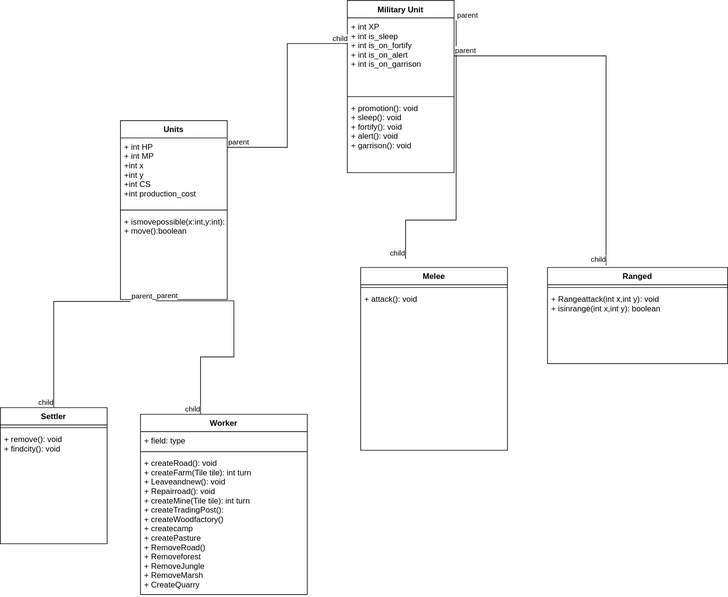
Before: Units.drawio.svg, a diagram exported from draw.io (AdvancedProgrammingSUT2022/project-group-21). Source tidied: cells renumbered, new cells last; positions are measured from the earlier drawing's top-left corner, leaving out a move shared by most shapes.
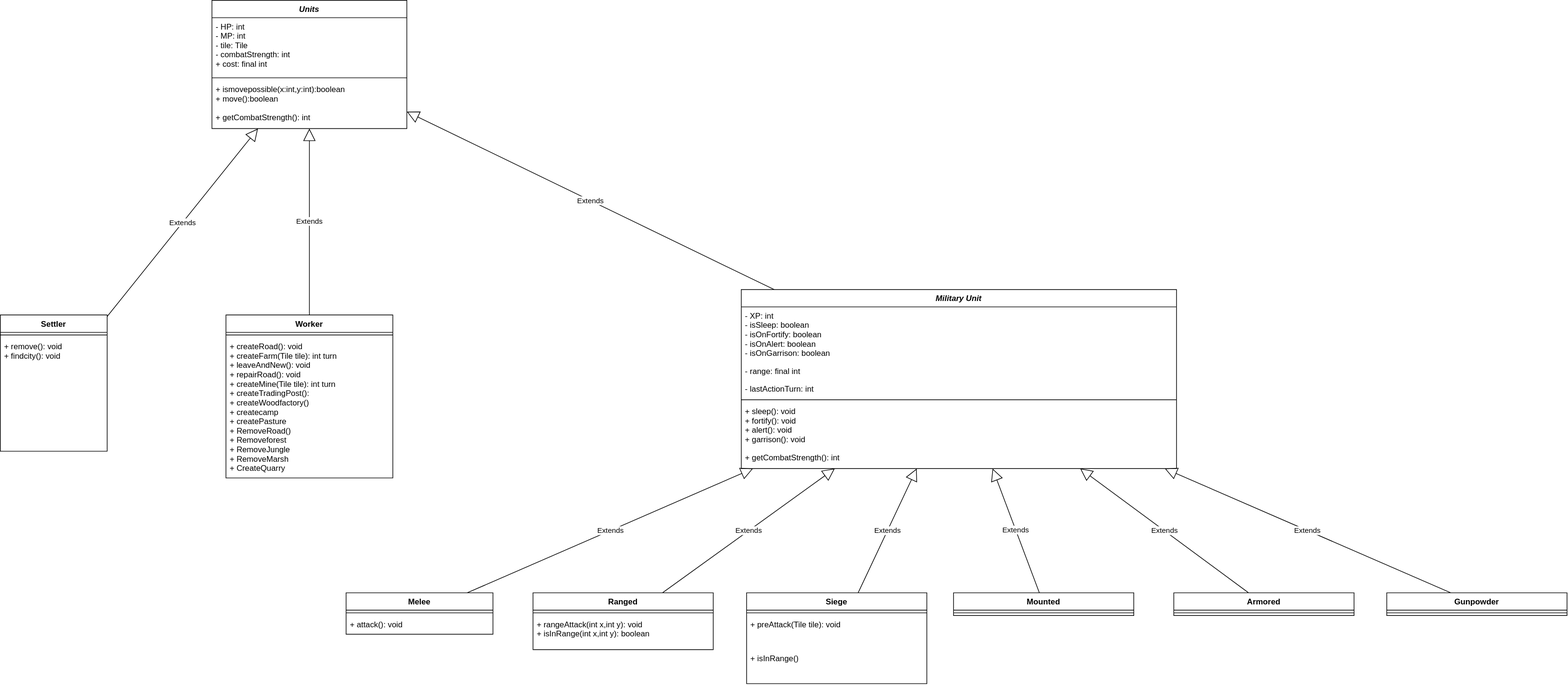
The same diagram one commit later.

The edit, as a diff of the source:
```diff
@@ -2,99 +2,62 @@
   <root>
     <mxCell id="0" />
     <mxCell id="1" parent="0" />
-    <mxCell id="2" value="Units" style="swimlane;fontStyle=1;align=center;verticalAlign=top;horizontal=1;startSize=26;" parent="1" vertex="1">
-      <mxGeometry x="180" y="180" width="160" height="268" as="geometry" />
+    <mxCell id="2" value="Units" style="swimlane;fontStyle=3;align=center;verticalAlign=top;horizontal=1;startSize=26;" parent="1" vertex="1">
+      <mxGeometry x="-145" y="-37" width="292" height="192" as="geometry" />
     </mxCell>
-    <mxCell id="3" value="+ int HP&#10;+ int MP&#10;+int x&#10;+int y&#10;+int CS&#10;+int production_cost" style="text;strokeColor=none;fillColor=none;align=left;verticalAlign=top;spacingLeft=4;spacingRight=4;overflow=hidden;" parent="2" vertex="1">
-      <mxGeometry y="26" width="160" height="104" as="geometry" />
+    <mxCell id="3" value="- HP: int&#10;- MP: int&#10;- tile: Tile&#10;- combatStrength: int&#10;+ cost: final int" style="text;strokeColor=none;fillColor=none;align=left;verticalAlign=top;spacingLeft=4;spacingRight=4;overflow=hidden;" parent="2" vertex="1">
+      <mxGeometry y="26" width="292" height="86" as="geometry" />
     </mxCell>
     <mxCell id="4" style="line;strokeWidth=1;fillColor=none;align=left;verticalAlign=middle;spacingTop=-1;spacingLeft=3;spacingRight=3;labelPosition=right;" parent="2" vertex="1">
-      <mxGeometry y="130" width="160" height="8" as="geometry" />
+      <mxGeometry y="112" width="292" height="8" as="geometry" />
     </mxCell>
     <mxCell id="5" value="+ ismovepossible(x:int,y:int):boolean&#10;+ move():boolean" style="text;strokeColor=none;fillColor=none;align=left;verticalAlign=top;spacingLeft=4;spacingRight=4;overflow=hidden;points=[[0,0.5],[1,0.5]];portConstraint=eastwest;" parent="2" vertex="1">
-      <mxGeometry y="138" width="160" height="130" as="geometry" />
+      <mxGeometry y="120" width="292" height="42" as="geometry" />
     </mxCell>
+    <mxCell id="38" value="+ getCombatStrength(): int" style="text;strokeColor=none;fillColor=none;align=left;verticalAlign=top;spacingLeft=4;spacingRight=4;overflow=hidden;" parent="2" vertex="1">
+      <mxGeometry y="162" width="292" height="30" as="geometry" />
+    </mxCell>
-    <mxCell id="6" value="Military Unit" style="swimlane;fontStyle=1;align=center;verticalAlign=top;horizontal=1;startSize=26;" parent="1" vertex="1">
-      <mxGeometry x="520" width="160" height="258" as="geometry" />
+    <mxCell id="6" value="Military Unit" style="swimlane;fontStyle=3;align=center;verticalAlign=top;horizontal=1;startSize=26;" parent="1" vertex="1">
+      <mxGeometry x="648" y="396" width="652" height="268" as="geometry" />
     </mxCell>
-    <mxCell id="7" value="+ int XP&#10;+ int is_sleep&#10;+ int is_on_fortify&#10;+ int is_on_alert&#10;+ int is_on_garrison" style="text;strokeColor=none;fillColor=none;align=left;verticalAlign=top;spacingLeft=4;spacingRight=4;overflow=hidden;points=[[0,0.5],[1,0.5]];portConstraint=eastwest;" parent="6" vertex="1">
-      <mxGeometry y="26" width="160" height="114" as="geometry" />
+    <mxCell id="7" value="- XP: int&#10;- isSleep: boolean&#10;- isOnFortify: boolean&#10;- isOnAlert: boolean&#10;- isOnGarrison: boolean" style="text;strokeColor=none;fillColor=none;align=left;verticalAlign=top;spacingLeft=4;spacingRight=4;overflow=hidden;points=[[0,0.5],[1,0.5]];portConstraint=eastwest;" parent="6" vertex="1">
+      <mxGeometry y="26" width="652" height="83" as="geometry" />
     </mxCell>
+    <mxCell id="39" value="- range: final int" style="text;strokeColor=none;fillColor=none;align=left;verticalAlign=top;spacingLeft=4;spacingRight=4;overflow=hidden;" parent="6" vertex="1">
+      <mxGeometry y="109" width="652" height="26" as="geometry" />
+    </mxCell>
+    <mxCell id="40" value="- lastActionTurn: int" style="text;strokeColor=none;fillColor=none;align=left;verticalAlign=top;spacingLeft=4;spacingRight=4;overflow=hidden;" parent="6" vertex="1">
+      <mxGeometry y="135" width="652" height="26" as="geometry" />
+    </mxCell>
     <mxCell id="8" style="line;strokeWidth=1;fillColor=none;align=left;verticalAlign=middle;spacingTop=-1;spacingLeft=3;spacingRight=3;labelPosition=right;" parent="6" vertex="1">
-      <mxGeometry y="140" width="160" height="8" as="geometry" />
+      <mxGeometry y="161" width="652" height="8" as="geometry" />
     </mxCell>
-    <mxCell id="9" value="+ promotion(): void&#10;+ sleep(): void&#10;+ fortify(): void&#10;+ alert(): void&#10;+ garrison(): void" style="text;strokeColor=none;fillColor=none;align=left;verticalAlign=top;spacingLeft=4;spacingRight=4;overflow=hidden;" parent="6" vertex="1">
-      <mxGeometry y="148" width="160" height="110" as="geometry" />
+    <mxCell id="9" value="+ sleep(): void&#10;+ fortify(): void&#10;+ alert(): void&#10;+ garrison(): void" style="text;align=left;verticalAlign=top;spacingLeft=4;spacingRight=4;overflow=hidden;" parent="6" vertex="1">
+      <mxGeometry y="169" width="652" height="69" as="geometry" />
     </mxCell>
-    <mxCell id="10" style="endArrow=none;html=1;edgeStyle=orthogonalEdgeStyle;rounded=0;entryX=0;entryY=0.25;entryDx=0;entryDy=0;" parent="1" edge="1" target="6">
-      <mxGeometry relative="1" as="geometry">
-        <mxPoint x="340" y="220" as="sourcePoint" />
-      </mxGeometry>
-    </mxCell>
-    <mxCell id="11" value="parent" style="edgeLabel;html=1;align=left;verticalAlign=bottom;" parent="10" vertex="1">
-      <mxGeometry x="-1" relative="1" as="geometry" />
-    </mxCell>
-    <mxCell id="12" value="child" style="edgeLabel;html=1;align=right;verticalAlign=bottom;" parent="10" vertex="1">
-      <mxGeometry x="1" relative="1" as="geometry" />
-    </mxCell>
+    <mxCell id="41" value="+ getCombatStrength(): int" style="text;strokeColor=none;fillColor=none;align=left;verticalAlign=top;spacingLeft=4;spacingRight=4;overflow=hidden;" parent="6" vertex="1">
+      <mxGeometry y="238" width="652" height="30" as="geometry" />
+    </mxCell>
     <mxCell id="13" value="Melee" style="swimlane;fontStyle=1;align=center;verticalAlign=top;horizontal=1;startSize=26;" parent="1" vertex="1">
-      <mxGeometry x="540" y="400" width="220" height="274" as="geometry" />
+      <mxGeometry x="56" y="850" width="220" height="62" as="geometry" />
     </mxCell>
     <mxCell id="14" style="line;strokeWidth=1;fillColor=none;align=left;verticalAlign=middle;spacingTop=-1;spacingLeft=3;spacingRight=3;labelPosition=right;" parent="13" vertex="1">
       <mxGeometry y="26" width="220" height="8" as="geometry" />
     </mxCell>
     <mxCell id="15" value="+ attack(): void" style="text;strokeColor=none;fillColor=none;align=left;verticalAlign=top;spacingLeft=4;spacingRight=4;overflow=hidden;" parent="13" vertex="1">
-      <mxGeometry y="34" width="220" height="240" as="geometry" />
+      <mxGeometry y="34" width="220" height="28" as="geometry" />
     </mxCell>
-    <mxCell id="16" style="endArrow=none;html=1;edgeStyle=orthogonalEdgeStyle;rounded=0;entryX=0.306;entryY=-0.047;entryDx=0;entryDy=0;entryPerimeter=0;exitX=1.019;exitY=0.116;exitDx=0;exitDy=0;exitPerimeter=0;" parent="1" edge="1" source="6" target="13">
-      <mxGeometry relative="1" as="geometry" />
-    </mxCell>
-    <mxCell id="17" value="parent" style="edgeLabel;html=1;align=left;verticalAlign=bottom;" parent="16" vertex="1">
-      <mxGeometry x="-1" relative="1" as="geometry" />
-    </mxCell>
-    <mxCell id="18" value="child" style="edgeLabel;html=1;align=right;verticalAlign=bottom;" parent="16" vertex="1">
-      <mxGeometry x="1" relative="1" as="geometry" />
-    </mxCell>
     <mxCell id="19" value="Ranged" style="swimlane;fontStyle=1;align=center;verticalAlign=top;horizontal=1;startSize=26;" parent="1" vertex="1">
-      <mxGeometry x="820" y="400" width="270" height="144" as="geometry" />
+      <mxGeometry x="336" y="850" width="270" height="85" as="geometry" />
     </mxCell>
     <mxCell id="20" style="line;strokeWidth=1;fillColor=none;align=left;verticalAlign=middle;spacingTop=-1;spacingLeft=3;spacingRight=3;labelPosition=right;" parent="19" vertex="1">
       <mxGeometry y="26" width="270" height="8" as="geometry" />
     </mxCell>
-    <mxCell id="21" value="+ Rangeattack(int x,int y): void&#10;+ isinrange(int x,int y): boolean" style="text;strokeColor=none;fillColor=none;align=left;verticalAlign=top;spacingLeft=4;spacingRight=4;overflow=hidden;" parent="19" vertex="1">
-      <mxGeometry y="34" width="270" height="110" as="geometry" />
+    <mxCell id="21" value="+ rangeAttack(int x,int y): void&#10;+ isInRange(int x,int y): boolean" style="text;strokeColor=none;fillColor=none;align=left;verticalAlign=top;spacingLeft=4;spacingRight=4;overflow=hidden;" parent="19" vertex="1">
+      <mxGeometry y="34" width="270" height="51" as="geometry" />
     </mxCell>
-    <mxCell id="22" style="endArrow=none;html=1;edgeStyle=orthogonalEdgeStyle;rounded=0;entryX=0.325;entryY=-0.023;entryDx=0;entryDy=0;entryPerimeter=0;exitX=1;exitY=0.5;exitDx=0;exitDy=0;" parent="1" edge="1" source="7" target="19">
-      <mxGeometry relative="1" as="geometry" />
-    </mxCell>
-    <mxCell id="23" value="parent" style="edgeLabel;html=1;align=left;verticalAlign=bottom;" parent="22" vertex="1">
-      <mxGeometry x="-1" relative="1" as="geometry" />
-    </mxCell>
-    <mxCell id="24" value="child" style="edgeLabel;html=1;align=right;verticalAlign=bottom;" parent="22" vertex="1">
-      <mxGeometry x="1" relative="1" as="geometry" />
-    </mxCell>
-    <mxCell id="25" style="endArrow=none;html=1;edgeStyle=orthogonalEdgeStyle;rounded=0;exitX=0.331;exitY=1.015;exitDx=0;exitDy=0;exitPerimeter=0;" parent="1" edge="1" source="5">
-      <mxGeometry relative="1" as="geometry">
-        <mxPoint x="300" y="620" as="targetPoint" />
-      </mxGeometry>
-    </mxCell>
-    <mxCell id="26" value="parent" style="edgeLabel;html=1;align=left;verticalAlign=bottom;" parent="25" vertex="1">
-      <mxGeometry x="-1" relative="1" as="geometry" />
-    </mxCell>
-    <mxCell id="27" value="child" style="edgeLabel;html=1;align=right;verticalAlign=bottom;" parent="25" vertex="1">
-      <mxGeometry x="1" relative="1" as="geometry" />
-    </mxCell>
-    <mxCell id="28" style="endArrow=none;html=1;edgeStyle=orthogonalEdgeStyle;rounded=0;exitX=0.094;exitY=1.023;exitDx=0;exitDy=0;exitPerimeter=0;" parent="1" edge="1" source="5" target="31">
-      <mxGeometry relative="1" as="geometry" />
-    </mxCell>
-    <mxCell id="29" value="parent" style="edgeLabel;html=1;align=left;verticalAlign=bottom;" parent="28" vertex="1">
-      <mxGeometry x="-1" relative="1" as="geometry" />
-    </mxCell>
-    <mxCell id="30" value="child" style="edgeLabel;html=1;align=right;verticalAlign=bottom;" parent="28" vertex="1">
-      <mxGeometry x="1" relative="1" as="geometry" />
-    </mxCell>
     <mxCell id="31" value="Settler" style="swimlane;fontStyle=1;align=center;verticalAlign=top;horizontal=1;startSize=26;" parent="1" vertex="1">
-      <mxGeometry y="610" width="160" height="204" as="geometry" />
+      <mxGeometry x="-462" y="434" width="160" height="204" as="geometry" />
     </mxCell>
     <mxCell id="32" style="line;strokeWidth=1;fillColor=none;align=left;verticalAlign=middle;spacingTop=-1;spacingLeft=3;spacingRight=3;labelPosition=right;" parent="31" vertex="1">
       <mxGeometry y="26" width="160" height="8" as="geometry" />
@@ -103,16 +66,70 @@
       <mxGeometry y="34" width="160" height="170" as="geometry" />
     </mxCell>
     <mxCell id="34" value="Worker" style="swimlane;fontStyle=1;align=center;verticalAlign=top;horizontal=1;startSize=26;" parent="1" vertex="1">
-      <mxGeometry x="210" y="620" width="250" height="270" as="geometry" />
+      <mxGeometry x="-124" y="434" width="250" height="244" as="geometry" />
     </mxCell>
-    <mxCell id="35" value="+ field: type" style="text;strokeColor=none;fillColor=none;align=left;verticalAlign=top;spacingLeft=4;spacingRight=4;overflow=hidden;" parent="34" vertex="1">
-      <mxGeometry y="26" width="250" height="26" as="geometry" />
-    </mxCell>
     <mxCell id="36" style="line;strokeWidth=1;fillColor=none;align=left;verticalAlign=middle;spacingTop=-1;spacingLeft=3;spacingRight=3;labelPosition=right;" parent="34" vertex="1">
-      <mxGeometry y="52" width="250" height="8" as="geometry" />
+      <mxGeometry y="26" width="250" height="8" as="geometry" />
     </mxCell>
-    <mxCell id="37" value="+ createRoad(): void&#10;+ createFarm(Tile tile): int turn&#10;+ Leaveandnew(): void&#10;+ Repairroad(): void&#10;+ createMine(Tile tile): int turn&#10;+ createTradingPost():&#10;+ createWoodfactory()&#10;+ createcamp&#10;+ createPasture&#10;+ RemoveRoad()&#10;+ Removeforest&#10;+ RemoveJungle&#10;+ RemoveMarsh&#10;+ CreateQuarry" style="text;strokeColor=none;fillColor=none;align=left;verticalAlign=top;spacingLeft=4;spacingRight=4;overflow=hidden;" parent="34" vertex="1">
-      <mxGeometry y="60" width="250" height="210" as="geometry" />
+    <mxCell id="37" value="+ createRoad(): void&#10;+ createFarm(Tile tile): int turn&#10;+ leaveAndNew(): void&#10;+ repairRoad(): void&#10;+ createMine(Tile tile): int turn&#10;+ createTradingPost():&#10;+ createWoodfactory()&#10;+ createcamp&#10;+ createPasture&#10;+ RemoveRoad()&#10;+ Removeforest&#10;+ RemoveJungle&#10;+ RemoveMarsh&#10;+ CreateQuarry" style="text;strokeColor=none;fillColor=none;align=left;verticalAlign=top;spacingLeft=4;spacingRight=4;overflow=hidden;" parent="34" vertex="1">
+      <mxGeometry y="34" width="250" height="210" as="geometry" />
     </mxCell>
+    <mxCell id="42" value="Extends" style="endArrow=block;endSize=16;endFill=0;html=1;" parent="1" edge="1" source="31" target="2">
+      <mxGeometry relative="1" as="geometry" />
+    </mxCell>
+    <mxCell id="43" value="Extends" style="endArrow=block;endSize=16;endFill=0;html=1;" parent="1" edge="1" source="34" target="2">
+      <mxGeometry relative="1" as="geometry" />
+    </mxCell>
+    <mxCell id="44" value="Extends" style="endArrow=block;endSize=16;endFill=0;html=1;" parent="1" edge="1" source="13" target="6">
+      <mxGeometry relative="1" as="geometry" />
+    </mxCell>
+    <mxCell id="45" value="Extends" style="endArrow=block;endSize=16;endFill=0;html=1;" parent="1" edge="1" source="19" target="6">
+      <mxGeometry relative="1" as="geometry" />
+    </mxCell>
+    <mxCell id="46" value="Extends" style="endArrow=block;endSize=16;endFill=0;html=1;" parent="1" edge="1" source="6" target="2">
+      <mxGeometry relative="1" as="geometry" />
+    </mxCell>
+    <mxCell id="47" value="Siege" style="swimlane;fontStyle=1;align=center;verticalAlign=top;horizontal=1;startSize=26;" parent="1" vertex="1">
+      <mxGeometry x="656" y="850" width="270" height="136" as="geometry" />
+    </mxCell>
+    <mxCell id="48" style="line;strokeWidth=1;fillColor=none;align=left;verticalAlign=middle;spacingTop=-1;spacingLeft=3;spacingRight=3;labelPosition=right;" parent="47" vertex="1">
+      <mxGeometry y="26" width="270" height="8" as="geometry" />
+    </mxCell>
+    <mxCell id="49" value="+ preAttack(Tile tile): void" style="text;strokeColor=none;fillColor=none;align=left;verticalAlign=top;spacingLeft=4;spacingRight=4;overflow=hidden;" parent="47" vertex="1">
+      <mxGeometry y="34" width="270" height="51" as="geometry" />
+    </mxCell>
+    <mxCell id="50" value="+ isInRange()" style="text;strokeColor=none;fillColor=none;align=left;verticalAlign=top;spacingLeft=4;spacingRight=4;overflow=hidden;" parent="47" vertex="1">
+      <mxGeometry y="85" width="270" height="51" as="geometry" />
+    </mxCell>
+    <mxCell id="51" value="Extends" style="endArrow=block;endSize=16;endFill=0;html=1;" parent="1" edge="1" source="47" target="6">
+      <mxGeometry relative="1" as="geometry" />
+    </mxCell>
+    <mxCell id="52" value="Mounted" style="swimlane;fontStyle=1;align=center;verticalAlign=top;horizontal=1;startSize=26;" parent="1" vertex="1">
+      <mxGeometry x="966" y="850" width="270" height="34" as="geometry" />
+    </mxCell>
+    <mxCell id="53" style="line;strokeWidth=1;fillColor=none;align=left;verticalAlign=middle;spacingTop=-1;spacingLeft=3;spacingRight=3;labelPosition=right;" parent="52" vertex="1">
+      <mxGeometry y="26" width="270" height="8" as="geometry" />
+    </mxCell>
+    <mxCell id="54" value="Extends" style="endArrow=block;endSize=16;endFill=0;html=1;" parent="1" edge="1" source="52" target="6">
+      <mxGeometry relative="1" as="geometry" />
+    </mxCell>
+    <mxCell id="55" value="Armored" style="swimlane;fontStyle=1;align=center;verticalAlign=top;horizontal=1;startSize=26;" parent="1" vertex="1">
+      <mxGeometry x="1296" y="850" width="270" height="34" as="geometry" />
+    </mxCell>
+    <mxCell id="56" style="line;strokeWidth=1;fillColor=none;align=left;verticalAlign=middle;spacingTop=-1;spacingLeft=3;spacingRight=3;labelPosition=right;" parent="55" vertex="1">
+      <mxGeometry y="26" width="270" height="8" as="geometry" />
+    </mxCell>
+    <mxCell id="57" value="Extends" style="endArrow=block;endSize=16;endFill=0;html=1;" parent="1" edge="1" source="55" target="6">
+      <mxGeometry relative="1" as="geometry" />
+    </mxCell>
+    <mxCell id="58" value="Gunpowder" style="swimlane;fontStyle=1;align=center;verticalAlign=top;horizontal=1;startSize=26;" parent="1" vertex="1">
+      <mxGeometry x="1615" y="850" width="270" height="34" as="geometry" />
+    </mxCell>
+    <mxCell id="59" style="line;strokeWidth=1;fillColor=none;align=left;verticalAlign=middle;spacingTop=-1;spacingLeft=3;spacingRight=3;labelPosition=right;" parent="58" vertex="1">
+      <mxGeometry y="26" width="270" height="8" as="geometry" />
+    </mxCell>
+    <mxCell id="60" value="Extends" style="endArrow=block;endSize=16;endFill=0;html=1;" parent="1" edge="1" source="58" target="6">
+      <mxGeometry relative="1" as="geometry" />
+    </mxCell>
   </root>
 </mxGraphModel>
```
